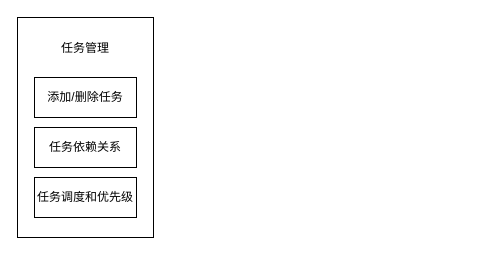
Before: 架构图-爬虫.drawio in digevil/drawio, a draw.io diagram. Source tidied: cells renumbered, new cells numbered last; positions are measured from the earlier drawing's top-left corner, leaving out a move shared by most shapes. Both pictures are drawn from the tidied source at 100%, with x=0, y=0 at pixel (17, 17).
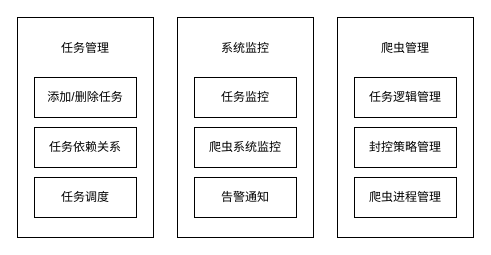
The same page after the edit.

Commit message (it also covers changes not shown here):
更新架构图-爬虫.drawio

Change to the diagram source:
```diff
@@
 <mxGraphModel>
   <root>
     <mxCell id="0" />
     <mxCell id="1" parent="0" />
     <mxCell id="2" style="rounded=0;whiteSpace=wrap;html=1;labelPosition=center;verticalLabelPosition=middle;align=center;verticalAlign=middle;" parent="1" vertex="1">
       <mxGeometry width="136" height="220" as="geometry" />
     </mxCell>
     <mxCell id="3" value="任务管理" style="text;html=1;strokeColor=none;fillColor=none;align=center;verticalAlign=middle;whiteSpace=wrap;rounded=0;" parent="1" vertex="1">
       <mxGeometry x="38" y="16" width="60" height="30" as="geometry" />
     </mxCell>
     <mxCell id="4" value="添加/删除任务" style="rounded=0;whiteSpace=wrap;html=1;" parent="1" vertex="1">
       <mxGeometry x="17" y="60" width="102" height="40" as="geometry" />
     </mxCell>
     <mxCell id="5" value="任务依赖关系" style="rounded=0;whiteSpace=wrap;html=1;" parent="1" vertex="1">
       <mxGeometry x="17" y="110" width="102" height="40" as="geometry" />
     </mxCell>
-    <mxCell id="6" value="任务调度和优先级" style="rounded=0;whiteSpace=wrap;html=1;" parent="1" vertex="1">
+    <mxCell id="6" value="任务调度" style="rounded=0;whiteSpace=wrap;html=1;" parent="1" vertex="1">
       <mxGeometry x="17" y="160" width="102" height="40" as="geometry" />
     </mxCell>
+    <mxCell id="7" style="rounded=0;whiteSpace=wrap;html=1;labelPosition=center;verticalLabelPosition=middle;align=center;verticalAlign=middle;" parent="1" vertex="1">
+      <mxGeometry x="160" width="136" height="220" as="geometry" />
+    </mxCell>
+    <mxCell id="8" value="系统监控" style="text;html=1;strokeColor=none;fillColor=none;align=center;verticalAlign=middle;whiteSpace=wrap;rounded=0;" parent="1" vertex="1">
+      <mxGeometry x="198" y="16" width="60" height="30" as="geometry" />
+    </mxCell>
+    <mxCell id="9" value="任务监控" style="rounded=0;whiteSpace=wrap;html=1;" parent="1" vertex="1">
+      <mxGeometry x="177" y="60" width="102" height="40" as="geometry" />
+    </mxCell>
+    <mxCell id="10" value="爬虫系统监控" style="rounded=0;whiteSpace=wrap;html=1;" parent="1" vertex="1">
+      <mxGeometry x="177" y="110" width="102" height="40" as="geometry" />
+    </mxCell>
+    <mxCell id="11" style="rounded=0;whiteSpace=wrap;html=1;labelPosition=center;verticalLabelPosition=middle;align=center;verticalAlign=middle;" parent="1" vertex="1">
+      <mxGeometry x="320" width="136" height="220" as="geometry" />
+    </mxCell>
+    <mxCell id="12" value="爬虫管理" style="text;html=1;strokeColor=none;fillColor=none;align=center;verticalAlign=middle;whiteSpace=wrap;rounded=0;" parent="1" vertex="1">
+      <mxGeometry x="358" y="16" width="60" height="30" as="geometry" />
+    </mxCell>
+    <mxCell id="13" value="任务逻辑管理" style="rounded=0;whiteSpace=wrap;html=1;" parent="1" vertex="1">
+      <mxGeometry x="337" y="60" width="102" height="40" as="geometry" />
+    </mxCell>
+    <mxCell id="14" value="封控策略管理" style="rounded=0;whiteSpace=wrap;html=1;" parent="1" vertex="1">
+      <mxGeometry x="337" y="110" width="102" height="40" as="geometry" />
+    </mxCell>
+    <mxCell id="15" value="爬虫进程管理" style="rounded=0;whiteSpace=wrap;html=1;" parent="1" vertex="1">
+      <mxGeometry x="337" y="160" width="102" height="40" as="geometry" />
+    </mxCell>
+    <mxCell id="16" value="告警通知" style="rounded=0;whiteSpace=wrap;html=1;" parent="1" vertex="1">
+      <mxGeometry x="177" y="160" width="102" height="40" as="geometry" />
+    </mxCell>
   </root>
 </mxGraphModel>
```
